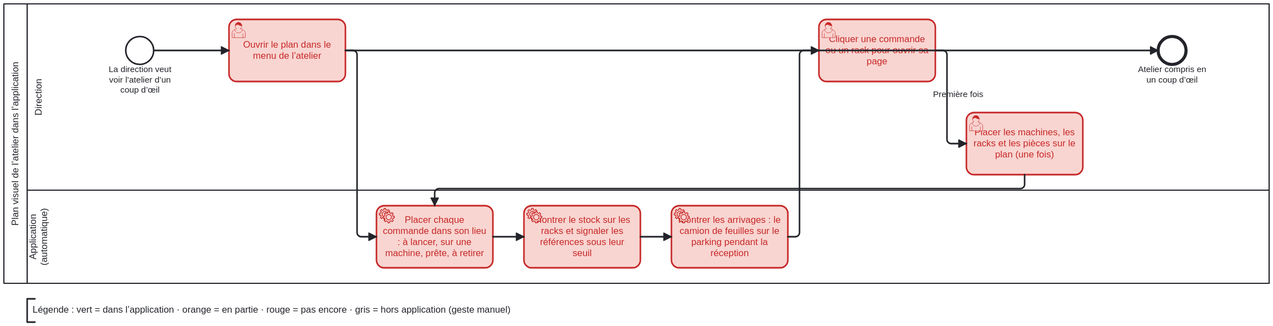
The BPMN diagram docs/bpmn/12-plan-atelier.svg in abnd-corp/Abatelier, before a commit. Its source is kept beside it as docs/bpmn/12-plan-atelier.bpmn. Ids are renumbered.
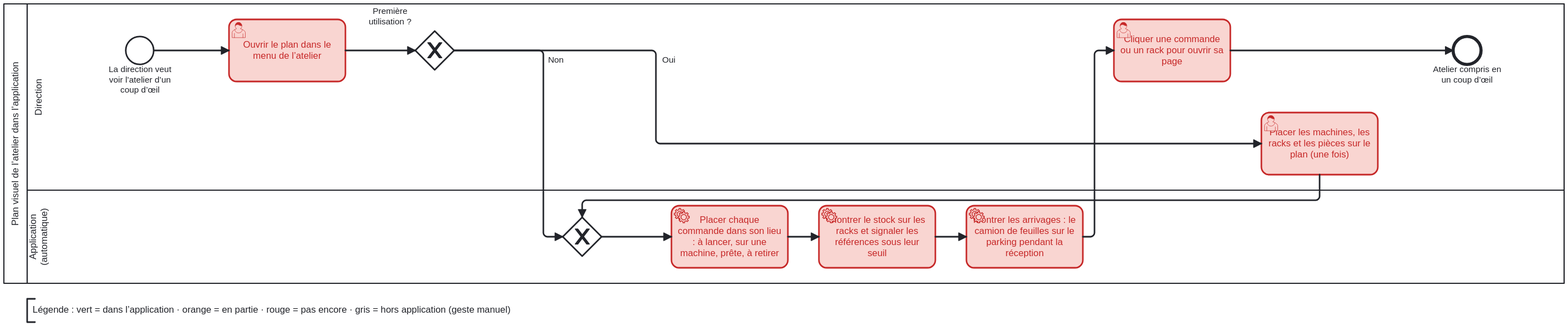
After the change.

What changed in the source:
```diff
@@ -12,41 +12,47 @@
         <bpmn:flowNodeRef>P12_plan_atelier_t5</bpmn:flowNodeRef>
         <bpmn:flowNodeRef>P12_plan_atelier_t6</bpmn:flowNodeRef>
         <bpmn:flowNodeRef>P12_plan_atelier_f</bpmn:flowNodeRef>
+        <bpmn:flowNodeRef>P12_plan_atelier_gs1</bpmn:flowNodeRef>
       </bpmn:lane>
       <bpmn:lane id="P12_plan_atelier_voie_systeme" name="Application (automatique)">
         <bpmn:flowNodeRef>P12_plan_atelier_t2</bpmn:flowNodeRef>
         <bpmn:flowNodeRef>P12_plan_atelier_t3</bpmn:flowNodeRef>
         <bpmn:flowNodeRef>P12_plan_atelier_t4</bpmn:flowNodeRef>
+        <bpmn:flowNodeRef>P12_plan_atelier_gj2</bpmn:flowNodeRef>
       </bpmn:lane>
     </bpmn:laneSet>
     <bpmn:startEvent id="P12_plan_atelier_d" name="La direction veut voir l’atelier d’un coup d’œil"><bpmn:outgoing>P12_plan_atelier_flux1</bpmn:outgoing></bpmn:startEvent>
-    <bpmn:userTask id="P12_plan_atelier_t1" name="Ouvrir le plan dans le menu de l’atelier"><bpmn:documentation>Pas encore : Page réservée à la direction (nouvelle permission) ; lisible sur téléphone et tablette</bpmn:documentation><bpmn:incoming>P12_plan_atelier_flux1</bpmn:incoming><bpmn:outgoing>P12_plan_atelier_flux2</bpmn:outgoing><bpmn:outgoing>P12_plan_atelier_flux7</bpmn:outgoing></bpmn:userTask>
-    <bpmn:serviceTask id="P12_plan_atelier_t2" name="Placer chaque commande dans son lieu : à lancer, sur une machine, prête, à retirer"><bpmn:documentation>Pas encore : Lecture des commandes réelles ; le nom du client n’apparaît pas</bpmn:documentation><bpmn:incoming>P12_plan_atelier_flux2</bpmn:incoming><bpmn:incoming>P12_plan_atelier_flux8</bpmn:incoming><bpmn:outgoing>P12_plan_atelier_flux3</bpmn:outgoing></bpmn:serviceTask>
-    <bpmn:serviceTask id="P12_plan_atelier_t3" name="Montrer le stock sur les racks et signaler les références sous leur seuil"><bpmn:documentation>Pas encore : Lecture du stock réel et des seuils déjà réglés</bpmn:documentation><bpmn:incoming>P12_plan_atelier_flux3</bpmn:incoming><bpmn:outgoing>P12_plan_atelier_flux4</bpmn:outgoing></bpmn:serviceTask>
-    <bpmn:serviceTask id="P12_plan_atelier_t4" name="Montrer les arrivages : le camion de feuilles sur le parking pendant la réception"><bpmn:documentation>Pas encore : Lit les réceptions en cours</bpmn:documentation><bpmn:incoming>P12_plan_atelier_flux4</bpmn:incoming><bpmn:outgoing>P12_plan_atelier_flux5</bpmn:outgoing></bpmn:serviceTask>
-    <bpmn:userTask id="P12_plan_atelier_t5" name="Cliquer une commande ou un rack pour ouvrir sa page"><bpmn:documentation>Pas encore : Mène à la commande, ou à la référence de feuille</bpmn:documentation><bpmn:incoming>P12_plan_atelier_flux5</bpmn:incoming><bpmn:outgoing>P12_plan_atelier_flux6</bpmn:outgoing></bpmn:userTask>
-    <bpmn:userTask id="P12_plan_atelier_t6" name="Placer les machines, les racks et les pièces sur le plan (une fois)"><bpmn:documentation>Pas encore : Dépend de la liste des machines et du plan fourni par le client</bpmn:documentation><bpmn:incoming>P12_plan_atelier_flux7</bpmn:incoming><bpmn:outgoing>P12_plan_atelier_flux8</bpmn:outgoing></bpmn:userTask>
-    <bpmn:endEvent id="P12_plan_atelier_f" name="Atelier compris en un coup d’œil"><bpmn:incoming>P12_plan_atelier_flux6</bpmn:incoming></bpmn:endEvent>
+    <bpmn:userTask id="P12_plan_atelier_t1" name="Ouvrir le plan dans le menu de l’atelier"><bpmn:documentation>Pas encore : Page réservée à la direction (nouvelle permission) ; lisible sur téléphone et tablette</bpmn:documentation><bpmn:incoming>P12_plan_atelier_flux1</bpmn:incoming><bpmn:outgoing>P12_plan_atelier_flux7</bpmn:outgoing></bpmn:userTask>
+    <bpmn:serviceTask id="P12_plan_atelier_t2" name="Placer chaque commande dans son lieu : à lancer, sur une machine, prête, à retirer"><bpmn:documentation>Pas encore : Lecture des commandes réelles ; le nom du client n’apparaît pas</bpmn:documentation><bpmn:incoming>P12_plan_atelier_flux10</bpmn:incoming><bpmn:outgoing>P12_plan_atelier_flux2</bpmn:outgoing></bpmn:serviceTask>
+    <bpmn:serviceTask id="P12_plan_atelier_t3" name="Montrer le stock sur les racks et signaler les références sous leur seuil"><bpmn:documentation>Pas encore : Lecture du stock réel et des seuils déjà réglés</bpmn:documentation><bpmn:incoming>P12_plan_atelier_flux2</bpmn:incoming><bpmn:outgoing>P12_plan_atelier_flux3</bpmn:outgoing></bpmn:serviceTask>
+    <bpmn:serviceTask id="P12_plan_atelier_t4" name="Montrer les arrivages : le camion de feuilles sur le parking pendant la réception"><bpmn:documentation>Pas encore : Lit les réceptions en cours</bpmn:documentation><bpmn:incoming>P12_plan_atelier_flux3</bpmn:incoming><bpmn:outgoing>P12_plan_atelier_flux4</bpmn:outgoing></bpmn:serviceTask>
+    <bpmn:userTask id="P12_plan_atelier_t5" name="Cliquer une commande ou un rack pour ouvrir sa page"><bpmn:documentation>Pas encore : Mène à la commande, ou à la référence de feuille</bpmn:documentation><bpmn:incoming>P12_plan_atelier_flux4</bpmn:incoming><bpmn:outgoing>P12_plan_atelier_flux5</bpmn:outgoing></bpmn:userTask>
+    <bpmn:userTask id="P12_plan_atelier_t6" name="Placer les machines, les racks et les pièces sur le plan (une fois)"><bpmn:documentation>Pas encore : Dépend de la liste des machines et du plan fourni par le client</bpmn:documentation><bpmn:incoming>P12_plan_atelier_flux9</bpmn:incoming><bpmn:outgoing>P12_plan_atelier_flux6</bpmn:outgoing></bpmn:userTask>
+    <bpmn:endEvent id="P12_plan_atelier_f" name="Atelier compris en un coup d’œil"><bpmn:incoming>P12_plan_atelier_flux5</bpmn:incoming></bpmn:endEvent>
+    <bpmn:exclusiveGateway id="P12_plan_atelier_gs1" name="Première utilisation ?"><bpmn:incoming>P12_plan_atelier_flux7</bpmn:incoming><bpmn:outgoing>P12_plan_atelier_flux8</bpmn:outgoing><bpmn:outgoing>P12_plan_atelier_flux9</bpmn:outgoing></bpmn:exclusiveGateway>
+    <bpmn:exclusiveGateway id="P12_plan_atelier_gj2" name=""><bpmn:incoming>P12_plan_atelier_flux6</bpmn:incoming><bpmn:incoming>P12_plan_atelier_flux8</bpmn:incoming><bpmn:outgoing>P12_plan_atelier_flux10</bpmn:outgoing></bpmn:exclusiveGateway>
     <bpmn:sequenceFlow id="P12_plan_atelier_flux1" sourceRef="P12_plan_atelier_d" targetRef="P12_plan_atelier_t1" />
-    <bpmn:sequenceFlow id="P12_plan_atelier_flux2" sourceRef="P12_plan_atelier_t1" targetRef="P12_plan_atelier_t2" />
-    <bpmn:sequenceFlow id="P12_plan_atelier_flux3" sourceRef="P12_plan_atelier_t2" targetRef="P12_plan_atelier_t3" />
-    <bpmn:sequenceFlow id="P12_plan_atelier_flux4" sourceRef="P12_plan_atelier_t3" targetRef="P12_plan_atelier_t4" />
-    <bpmn:sequenceFlow id="P12_plan_atelier_flux5" sourceRef="P12_plan_atelier_t4" targetRef="P12_plan_atelier_t5" />
-    <bpmn:sequenceFlow id="P12_plan_atelier_flux6" sourceRef="P12_plan_atelier_t5" targetRef="P12_plan_atelier_f" />
-    <bpmn:sequenceFlow id="P12_plan_atelier_flux7" name="Première fois" sourceRef="P12_plan_atelier_t1" targetRef="P12_plan_atelier_t6" />
-    <bpmn:sequenceFlow id="P12_plan_atelier_flux8" sourceRef="P12_plan_atelier_t6" targetRef="P12_plan_atelier_t2" />
+    <bpmn:sequenceFlow id="P12_plan_atelier_flux2" sourceRef="P12_plan_atelier_t2" targetRef="P12_plan_atelier_t3" />
+    <bpmn:sequenceFlow id="P12_plan_atelier_flux3" sourceRef="P12_plan_atelier_t3" targetRef="P12_plan_atelier_t4" />
+    <bpmn:sequenceFlow id="P12_plan_atelier_flux4" sourceRef="P12_plan_atelier_t4" targetRef="P12_plan_atelier_t5" />
+    <bpmn:sequenceFlow id="P12_plan_atelier_flux5" sourceRef="P12_plan_atelier_t5" targetRef="P12_plan_atelier_f" />
+    <bpmn:sequenceFlow id="P12_plan_atelier_flux6" sourceRef="P12_plan_atelier_t6" targetRef="P12_plan_atelier_gj2" />
+    <bpmn:sequenceFlow id="P12_plan_atelier_flux7" sourceRef="P12_plan_atelier_t1" targetRef="P12_plan_atelier_gs1" />
+    <bpmn:sequenceFlow id="P12_plan_atelier_flux8" name="Non" sourceRef="P12_plan_atelier_gs1" targetRef="P12_plan_atelier_gj2" />
+    <bpmn:sequenceFlow id="P12_plan_atelier_flux9" name="Oui" sourceRef="P12_plan_atelier_gs1" targetRef="P12_plan_atelier_t6" />
+    <bpmn:sequenceFlow id="P12_plan_atelier_flux10" sourceRef="P12_plan_atelier_gj2" targetRef="P12_plan_atelier_t2" />
     <bpmn:textAnnotation id="P12_plan_atelier_legende"><bpmn:text>Légende : vert = dans l’application · orange = en partie · rouge = pas encore · gris = hors application (geste manuel)</bpmn:text></bpmn:textAnnotation>
   </bpmn:process>
   <bpmndi:BPMNDiagram id="P12_plan_atelier_diagram">
     <bpmndi:BPMNPlane id="P12_plan_atelier_plane" bpmnElement="P12_plan_atelier_collab">
       <bpmndi:BPMNShape id="P12_plan_atelier_pool_di" bpmnElement="P12_plan_atelier_pool" isHorizontal="true">
-        <dc:Bounds x="40" y="40" width="1630" height="360" />
+        <dc:Bounds x="40" y="40" width="2010" height="360" />
       </bpmndi:BPMNShape>
       <bpmndi:BPMNShape id="P12_plan_atelier_voie_direction_di" bpmnElement="P12_plan_atelier_voie_direction" isHorizontal="true">
-        <dc:Bounds x="70" y="40" width="1600" height="240" />
+        <dc:Bounds x="70" y="40" width="1980" height="240" />
       </bpmndi:BPMNShape>
       <bpmndi:BPMNShape id="P12_plan_atelier_voie_systeme_di" bpmnElement="P12_plan_atelier_voie_systeme" isHorizontal="true">
-        <dc:Bounds x="70" y="280" width="1600" height="120" />
+        <dc:Bounds x="70" y="280" width="1980" height="120" />
       </bpmndi:BPMNShape>
       <bpmndi:BPMNShape id="P12_plan_atelier_d_di" bpmnElement="P12_plan_atelier_d">
         <dc:Bounds x="197" y="82" width="36" height="36" />
@@ -55,62 +61,85 @@
         <dc:Bounds x="330" y="60" width="150" height="80" />
       </bpmndi:BPMNShape>
       <bpmndi:BPMNShape id="P12_plan_atelier_t2_di" bpmnElement="P12_plan_atelier_t2" bioc:stroke="#c62828" bioc:fill="#f9d3cf">
-        <dc:Bounds x="520" y="300" width="150" height="80" />
+        <dc:Bounds x="900" y="300" width="150" height="80" />
       </bpmndi:BPMNShape>
       <bpmndi:BPMNShape id="P12_plan_atelier_t3_di" bpmnElement="P12_plan_atelier_t3" bioc:stroke="#c62828" bioc:fill="#f9d3cf">
-        <dc:Bounds x="710" y="300" width="150" height="80" />
+        <dc:Bounds x="1090" y="300" width="150" height="80" />
       </bpmndi:BPMNShape>
       <bpmndi:BPMNShape id="P12_plan_atelier_t4_di" bpmnElement="P12_plan_atelier_t4" bioc:stroke="#c62828" bioc:fill="#f9d3cf">
-        <dc:Bounds x="900" y="300" width="150" height="80" />
+        <dc:Bounds x="1280" y="300" width="150" height="80" />
       </bpmndi:BPMNShape>
       <bpmndi:BPMNShape id="P12_plan_atelier_t5_di" bpmnElement="P12_plan_atelier_t5" bioc:stroke="#c62828" bioc:fill="#f9d3cf">
-        <dc:Bounds x="1090" y="60" width="150" height="80" />
+        <dc:Bounds x="1470" y="60" width="150" height="80" />
       </bpmndi:BPMNShape>
       <bpmndi:BPMNShape id="P12_plan_atelier_t6_di" bpmnElement="P12_plan_atelier_t6" bioc:stroke="#c62828" bioc:fill="#f9d3cf">
-        <dc:Bounds x="1280" y="180" width="150" height="80" />
+        <dc:Bounds x="1660" y="180" width="150" height="80" />
       </bpmndi:BPMNShape>
       <bpmndi:BPMNShape id="P12_plan_atelier_f_di" bpmnElement="P12_plan_atelier_f">
-        <dc:Bounds x="1527" y="82" width="36" height="36" />
+        <dc:Bounds x="1907" y="82" width="36" height="36" />
+      </bpmndi:BPMNShape>
+      <bpmndi:BPMNShape id="P12_plan_atelier_gs1_di" bpmnElement="P12_plan_atelier_gs1" isMarkerVisible="true">
+        <dc:Bounds x="570" y="75" width="50" height="50" />
+        <bpmndi:BPMNLabel>
+          <dc:Bounds x="483" y="43" width="110" height="30" />
+        </bpmndi:BPMNLabel>
+      </bpmndi:BPMNShape>
+      <bpmndi:BPMNShape id="P12_plan_atelier_gj2_di" bpmnElement="P12_plan_atelier_gj2" isMarkerVisible="true">
+        <dc:Bounds x="760" y="315" width="50" height="50" />
       </bpmndi:BPMNShape>
       <bpmndi:BPMNEdge id="P12_plan_atelier_flux1_di" bpmnElement="P12_plan_atelier_flux1">
         <di:waypoint x="233" y="100" />
         <di:waypoint x="330" y="100" />
       </bpmndi:BPMNEdge>
       <bpmndi:BPMNEdge id="P12_plan_atelier_flux2_di" bpmnElement="P12_plan_atelier_flux2">
-        <di:waypoint x="480" y="100" />
-        <di:waypoint x="495" y="100" />
-        <di:waypoint x="495" y="340" />
-        <di:waypoint x="520" y="340" />
+        <di:waypoint x="1050" y="340" />
+        <di:waypoint x="1090" y="340" />
       </bpmndi:BPMNEdge>
       <bpmndi:BPMNEdge id="P12_plan_atelier_flux3_di" bpmnElement="P12_plan_atelier_flux3">
-        <di:waypoint x="670" y="340" />
-        <di:waypoint x="710" y="340" />
+        <di:waypoint x="1240" y="340" />
+        <di:waypoint x="1280" y="340" />
       </bpmndi:BPMNEdge>
       <bpmndi:BPMNEdge id="P12_plan_atelier_flux4_di" bpmnElement="P12_plan_atelier_flux4">
-        <di:waypoint x="860" y="340" />
-        <di:waypoint x="900" y="340" />
+        <di:waypoint x="1430" y="340" />
+        <di:waypoint x="1445" y="340" />
+        <di:waypoint x="1445" y="100" />
+        <di:waypoint x="1470" y="100" />
       </bpmndi:BPMNEdge>
       <bpmndi:BPMNEdge id="P12_plan_atelier_flux5_di" bpmnElement="P12_plan_atelier_flux5">
-        <di:waypoint x="1050" y="340" />
-        <di:waypoint x="1065" y="340" />
-        <di:waypoint x="1065" y="100" />
-        <di:waypoint x="1090" y="100" />
+        <di:waypoint x="1620" y="100" />
+        <di:waypoint x="1907" y="100" />
       </bpmndi:BPMNEdge>
       <bpmndi:BPMNEdge id="P12_plan_atelier_flux6_di" bpmnElement="P12_plan_atelier_flux6">
-        <di:waypoint x="1240" y="100" />
-        <di:waypoint x="1527" y="100" />
+        <di:waypoint x="1735" y="260" />
+        <di:waypoint x="1735" y="293" />
+        <di:waypoint x="785" y="293" />
+        <di:waypoint x="785" y="315" />
       </bpmndi:BPMNEdge>
       <bpmndi:BPMNEdge id="P12_plan_atelier_flux7_di" bpmnElement="P12_plan_atelier_flux7">
         <di:waypoint x="480" y="100" />
-        <di:waypoint x="1255" y="100" />
-        <di:waypoint x="1255" y="220" />
-        <di:waypoint x="1280" y="220" />
+        <di:waypoint x="570" y="100" />
       </bpmndi:BPMNEdge>
       <bpmndi:BPMNEdge id="P12_plan_atelier_flux8_di" bpmnElement="P12_plan_atelier_flux8">
-        <di:waypoint x="1355" y="260" />
-        <di:waypoint x="1355" y="278" />
-        <di:waypoint x="595" y="278" />
-        <di:waypoint x="595" y="300" />
+        <di:waypoint x="620" y="100" />
+        <di:waypoint x="735" y="100" />
+        <di:waypoint x="735" y="340" />
+        <di:waypoint x="760" y="340" />
+        <bpmndi:BPMNLabel>
+          <dc:Bounds x="739" y="106" width="25" height="17" />
+        </bpmndi:BPMNLabel>
+      </bpmndi:BPMNEdge>
+      <bpmndi:BPMNEdge id="P12_plan_atelier_flux9_di" bpmnElement="P12_plan_atelier_flux9">
+        <di:waypoint x="620" y="100" />
+        <di:waypoint x="880" y="100" />
+        <di:waypoint x="880" y="220" />
+        <di:waypoint x="1660" y="220" />
+        <bpmndi:BPMNLabel>
+          <dc:Bounds x="884" y="106" width="25" height="17" />
+        </bpmndi:BPMNLabel>
+      </bpmndi:BPMNEdge>
+      <bpmndi:BPMNEdge id="P12_plan_atelier_flux10_di" bpmnElement="P12_plan_atelier_flux10">
+        <di:waypoint x="810" y="340" />
+        <di:waypoint x="900" y="340" />
       </bpmndi:BPMNEdge>
       <bpmndi:BPMNShape id="P12_plan_atelier_legende_di" bpmnElement="P12_plan_atelier_legende">
         <dc:Bounds x="70" y="420" width="760" height="30" />
```
